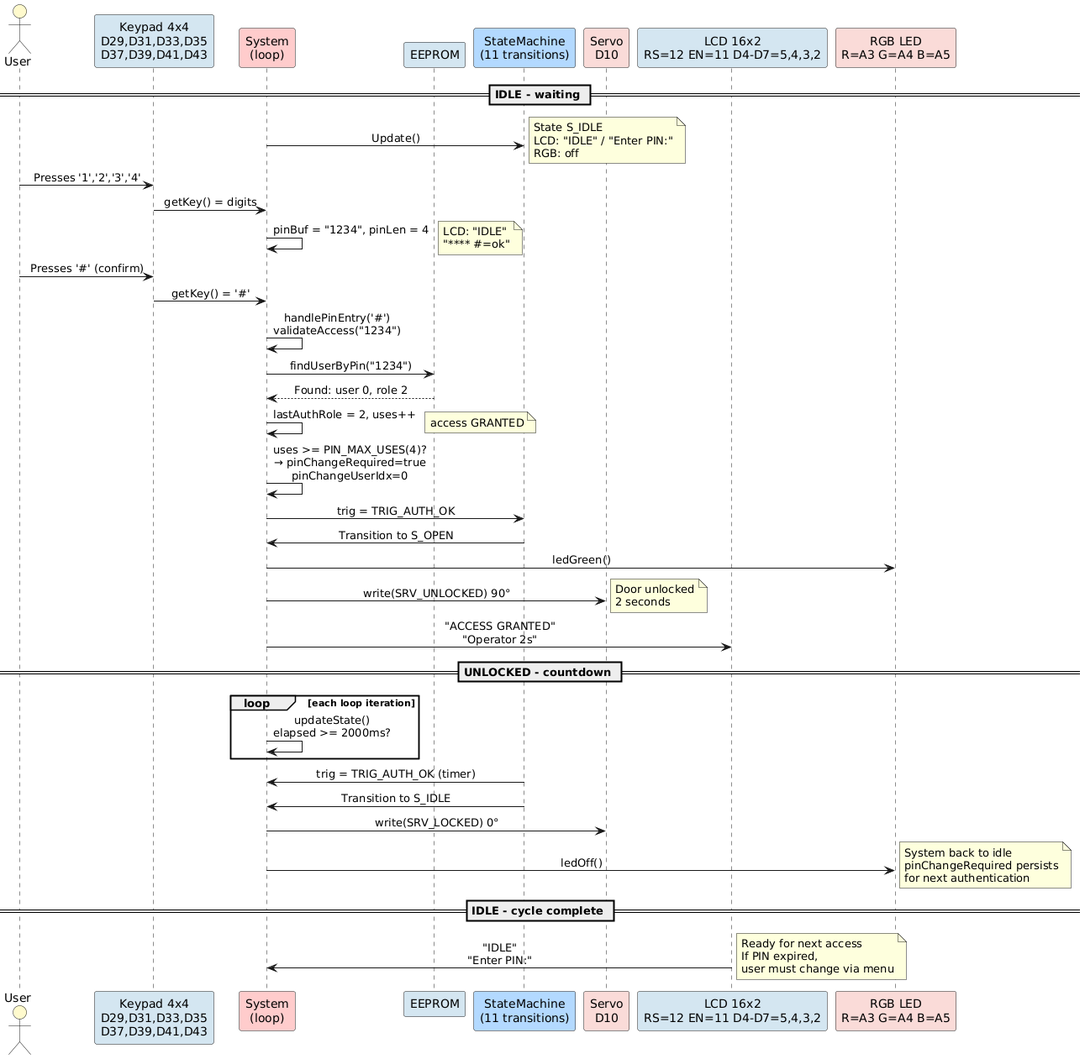
FernandoMulato/Final-Arduino-Project keeps this PlantUML diagram as docs/UML/SuccessfulEntry.png. Above is the earlier version.
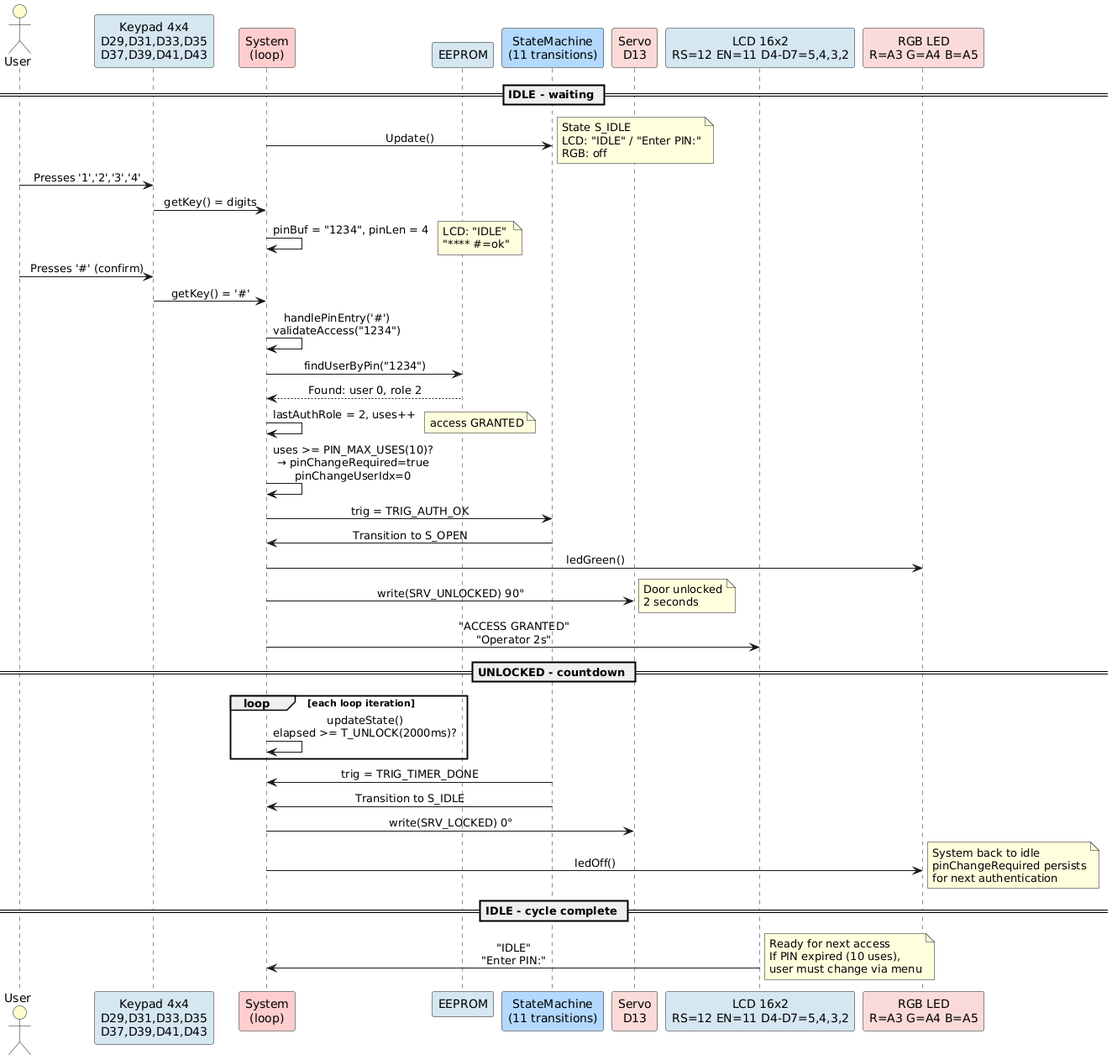
After the change.

Diff of the diagram source:
```diff
@@ -9,7 +9,7 @@
 participant "System\n(loop)" as SYS #FFCCCC
 participant "EEPROM" as EEP #D4E6F1
 participant "StateMachine\n(11 transitions)" as FSM #B3D9FF
-participant "Servo\nD10" as SRV #FADBD8
+participant "Servo\nD13" as SRV #FADBD8
 participant "LCD 16x2\nRS=12 EN=11 D4-D7=5,4,3,2" as LCD #D4E6F1
 participant "RGB LED\nR=A3 G=A4 B=A5" as RGB #FADBD8
 
@@ -29,7 +29,7 @@
 EEP --> SYS: Found: user 0, role 2
 SYS -> SYS: lastAuthRole = 2, uses++
 note right: access GRANTED
-SYS -> SYS: uses >= PIN_MAX_USES(4)?\n→ pinChangeRequired=true\npinChangeUserIdx=0
+SYS -> SYS: uses >= PIN_MAX_USES(10)?\n→ pinChangeRequired=true\npinChangeUserIdx=0
 
 SYS -> FSM: trig = TRIG_AUTH_OK
 FSM -> SYS: Transition to S_OPEN
@@ -40,10 +40,10 @@
 
 == UNLOCKED - countdown ==
 loop each loop iteration
-  SYS -> SYS: updateState()\nelapsed >= 2000ms?
+  SYS -> SYS: updateState()\nelapsed >= T_UNLOCK(2000ms)?
 end
 
-FSM -> SYS: trig = TRIG_AUTH_OK (timer)
+FSM -> SYS: trig = TRIG_TIMER_DONE
 FSM -> SYS: Transition to S_IDLE
 SYS -> SRV: write(SRV_LOCKED) 0°
 SYS -> RGB: ledOff()
@@ -51,6 +51,6 @@
 
 == IDLE - cycle complete ==
 LCD -> SYS: "IDLE"\n"Enter PIN:"
-note right: Ready for next access\nIf PIN expired,\nuser must change via menu
+note right: Ready for next access\nIf PIN expired (10 uses),\nuser must change via menu
 
 @enduml
```
